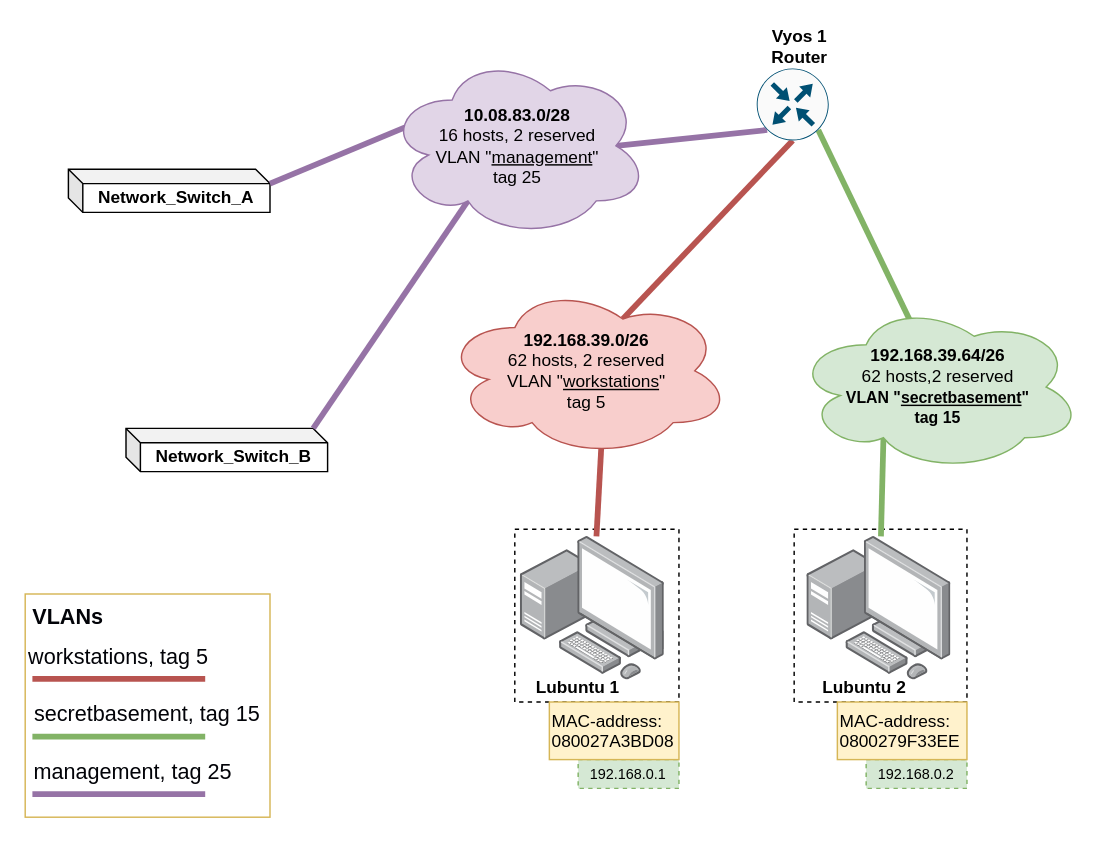
The draw.io diagram page "Logical Topology" (2 of 3) of documentation/E04/E04NetworkChart_04.drawio in Kjersheim/DataNetworksIntro2023, before the edit. Source tidied: cells renumbered, new cells numbered last; positions are measured from the earlier drawing's top-left corner, leaving out a move shared by most shapes. Both pictures are drawn from the tidied source at 144%, with x=0, y=0 at pixel (24, 24).
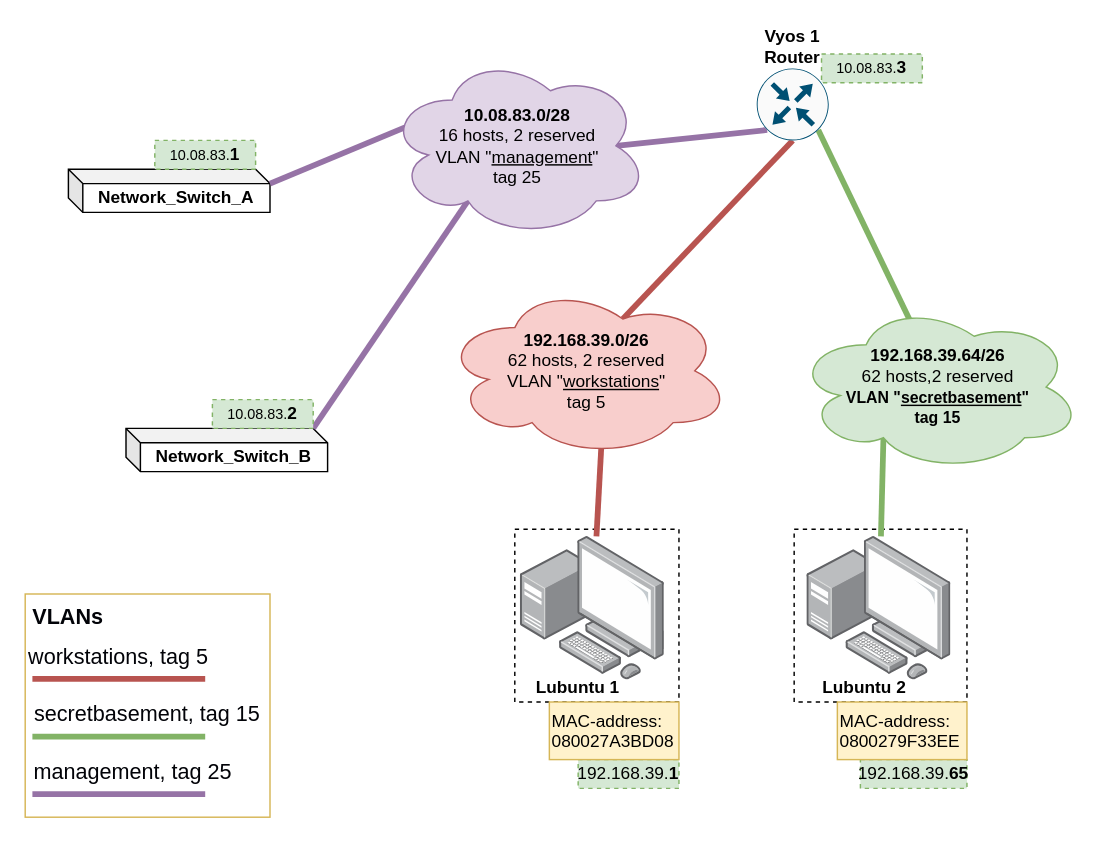
Above is the later version.

Change to the diagram source:
```diff
@@
-    <mxCell id="12" value="192.168.0.1" style="text;strokeColor=#82b366;align=center;fillColor=#d5e8d4;html=1;verticalAlign=middle;whiteSpace=wrap;rounded=0;dashed=1;fontSize=10;" parent="1" vertex="1">
+    <mxCell id="12" value="192.168.39.&lt;b style=&quot;font-size: 12px;&quot;&gt;1&lt;/b&gt;" style="text;strokeColor=#82b366;align=center;fillColor=#d5e8d4;html=1;verticalAlign=middle;whiteSpace=wrap;rounded=0;dashed=1;fontSize=12;" parent="1" vertex="1">
       <mxGeometry x="384" y="510" width="70" height="20" as="geometry" />
     </mxCell>
-    <mxCell id="13" value="192.168.0.2" style="text;strokeColor=#82b366;align=center;fillColor=#d5e8d4;html=1;verticalAlign=middle;whiteSpace=wrap;rounded=0;dashed=1;fontSize=10;" parent="1" vertex="1">
-      <mxGeometry x="584" y="510" width="70" height="20" as="geometry" />
+    <mxCell id="13" value="192.168.39.&lt;b&gt;65&lt;/b&gt;" style="text;strokeColor=#82b366;align=center;fillColor=#d5e8d4;html=1;verticalAlign=middle;whiteSpace=wrap;rounded=0;dashed=1;fontSize=12;" parent="1" vertex="1">
+      <mxGeometry x="580" y="510" width="74" height="20" as="geometry" />
     </mxCell>
@@
     <mxCell id="18" value="Vyos 1&lt;br&gt;Router" style="text;strokeColor=none;align=center;fillColor=none;html=1;verticalAlign=middle;whiteSpace=wrap;rounded=0;fontStyle=1;" parent="1" vertex="1">
-      <mxGeometry x="508" width="60" height="30" as="geometry" />
+      <mxGeometry x="503" width="60" height="30" as="geometry" />
     </mxCell>
@@
+    <mxCell id="35" value="10.08.83.&lt;b&gt;&lt;font style=&quot;font-size: 12px;&quot;&gt;2&lt;/font&gt;&lt;/b&gt;" style="text;strokeColor=#82b366;align=center;fillColor=#d5e8d4;html=1;verticalAlign=middle;whiteSpace=wrap;rounded=0;dashed=1;fontSize=10;" parent="1" vertex="1">
+      <mxGeometry x="130" y="260" width="70" height="20" as="geometry" />
+    </mxCell>
+    <mxCell id="36" value="10.08.83.&lt;font style=&quot;font-size: 12px;&quot;&gt;&lt;b&gt;1&lt;/b&gt;&lt;/font&gt;" style="text;strokeColor=#82b366;align=center;fillColor=#d5e8d4;html=1;verticalAlign=middle;whiteSpace=wrap;rounded=0;dashed=1;fontSize=10;" parent="1" vertex="1">
+      <mxGeometry x="90" y="80" width="70" height="20" as="geometry" />
+    </mxCell>
+    <mxCell id="37" value="10.08.83.&lt;font style=&quot;font-size: 12px;&quot;&gt;&lt;b&gt;3&lt;/b&gt;&lt;/font&gt;" style="text;strokeColor=#82b366;align=center;fillColor=#d5e8d4;html=1;verticalAlign=middle;whiteSpace=wrap;rounded=0;dashed=1;fontSize=10;" parent="1" vertex="1">
+      <mxGeometry x="553" y="20" width="70" height="20" as="geometry" />
+    </mxCell>
```
